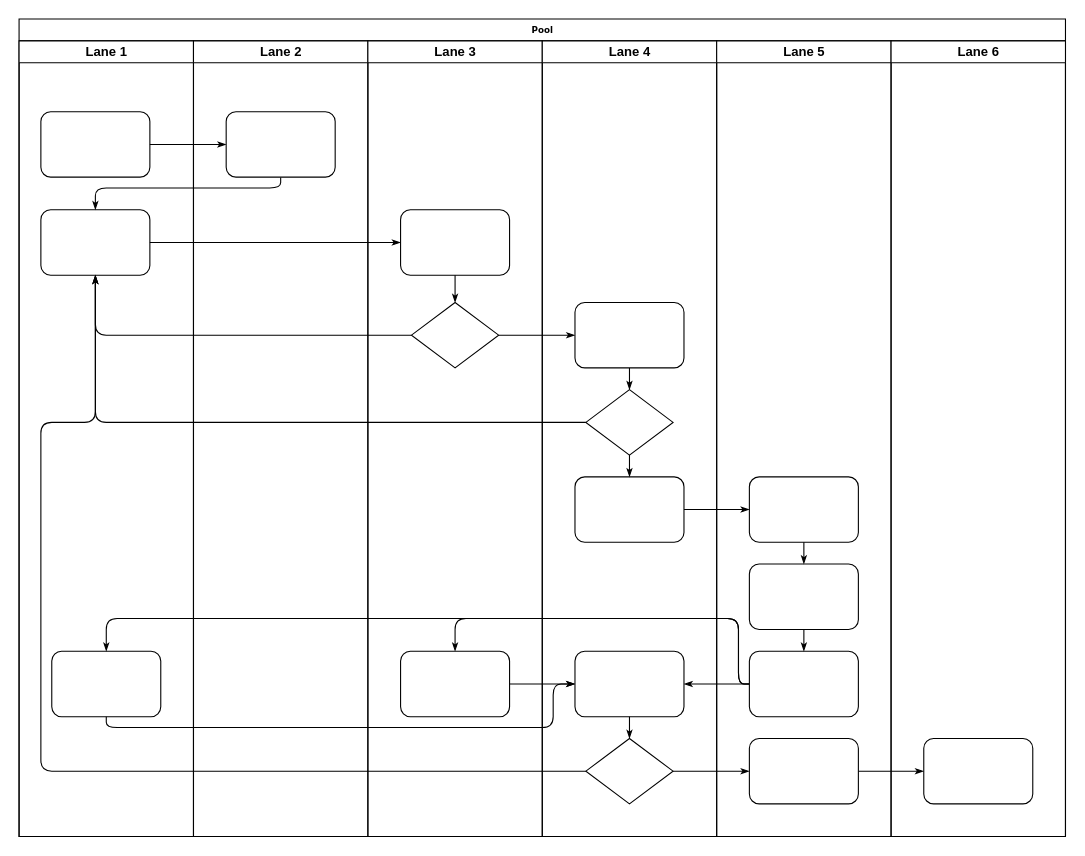
Above: 未命名绘图.drawio in ZiHengLee/hot_event_spider (draw.io), before the change. Source tidied: cells renumbered, new cells numbered last; positions are measured from the earlier drawing's top-left corner, leaving out a move shared by most shapes. Both pictures are drawn from the tidied source at 109%, with x=0, y=0 at pixel (19, 19).
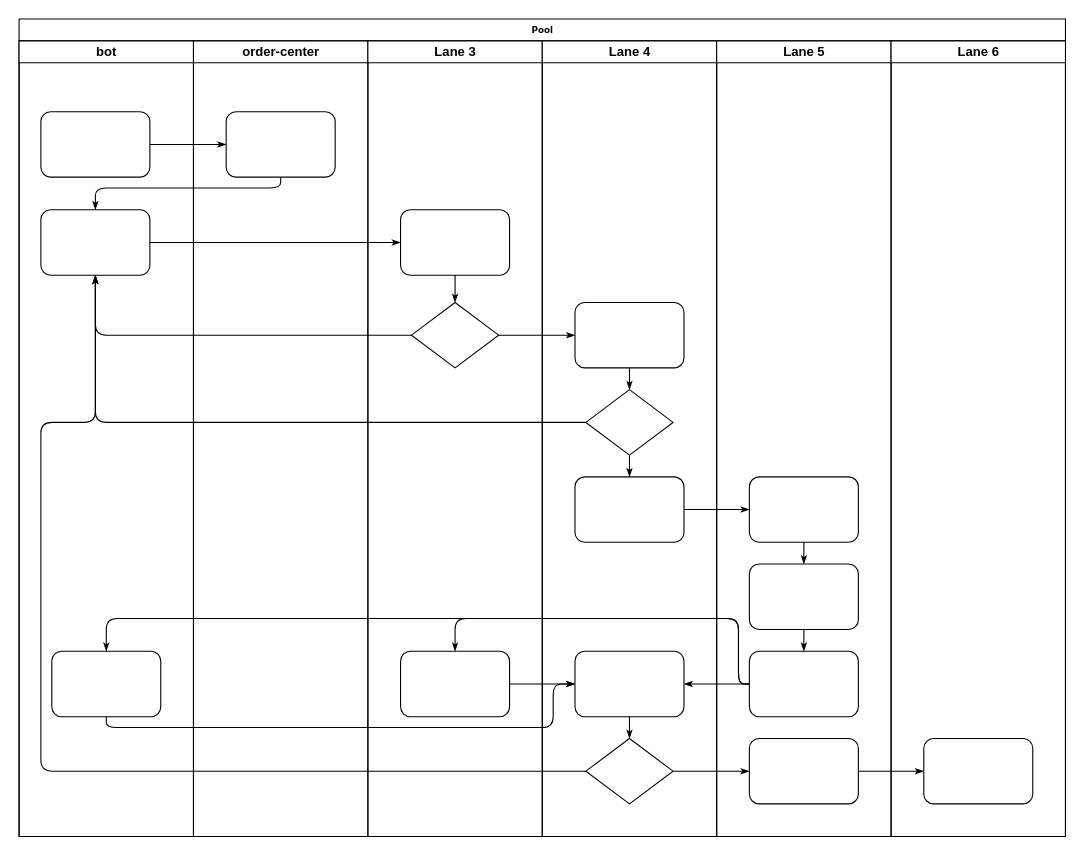
The same page after the edit.

Commit message:
限价单逻辑.drawio

Unchanged cells that the change refers to:
```xml
<mxCell id="2" value="Pool" style="swimlane;html=1;startSize=20;rounded=0;shadow=0;labelBackgroundColor=none;strokeWidth=1;fontFamily=Verdana;fontSize=8;align=center;" parent="1" vertex="1">
  <mxGeometry width="960" height="750" as="geometry" />
</mxCell>
```

Change to the diagram source:
```diff
@@
-    <mxCell id="3" value="Lane 1" style="swimlane;html=1;startSize=20;" parent="2" vertex="1">
+    <mxCell id="3" value="bot" style="swimlane;html=1;startSize=20;" parent="2" vertex="1">
       <mxGeometry y="20" width="160" height="730" as="geometry" />
     </mxCell>
@@
-    <mxCell id="22" value="Lane 2" style="swimlane;html=1;startSize=20;" parent="2" vertex="1">
+    <mxCell id="22" value="order-center" style="swimlane;html=1;startSize=20;" parent="2" vertex="1">
       <mxGeometry x="160" y="20" width="160" height="730" as="geometry" />
     </mxCell>
```
